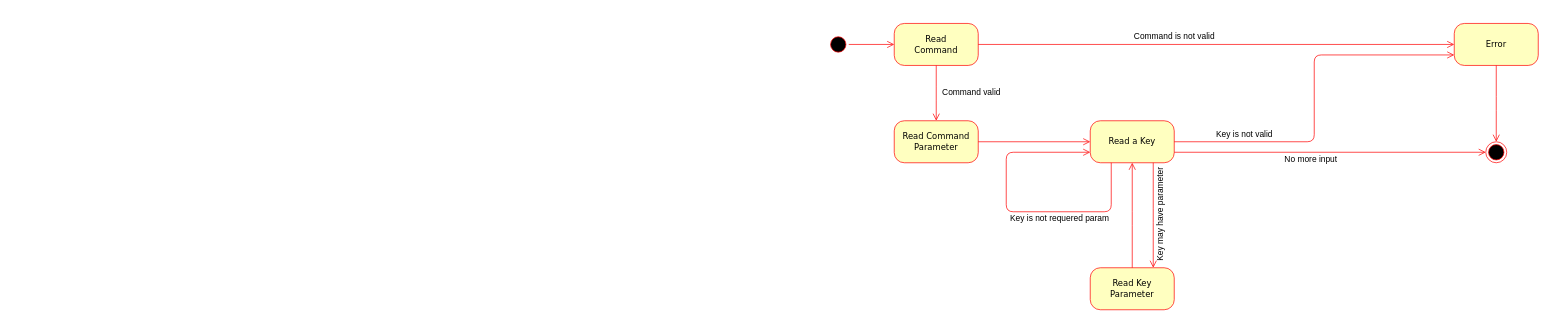
Earlier version of the draw.io diagram l19/States.drawio (gavrenkov/otusarchitect). Source tidied: cells renumbered, new cells numbered last; positions are measured from the earlier drawing's top-left corner, leaving out a move shared by most shapes. Both pictures are drawn from the tidied source at 70%, with x=0, y=0 at pixel (827, 23).
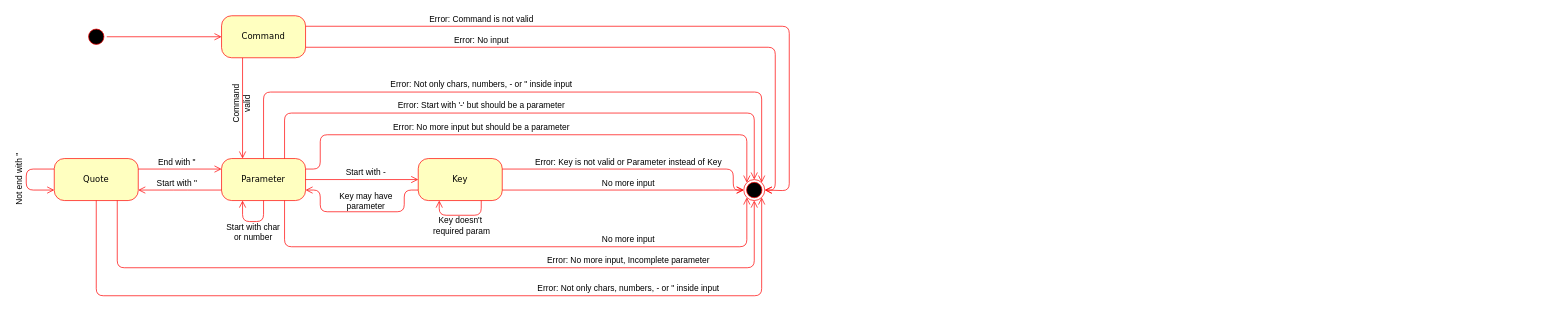
The same page after the edit.

What changed in the source:
```diff
@@
     <mxCell id="2" style="ellipse;html=1;shape=startState;fillColor=#000000;strokeColor=#ff0000;rounded=1;shadow=0;comic=0;labelBackgroundColor=none;fontFamily=Verdana;fontSize=12;fontColor=#000000;align=center;direction=south;" parent="1" vertex="1">
-      <mxGeometry y="15" width="30" height="30" as="geometry" />
+      <mxGeometry x="-1060" y="4" width="30" height="30" as="geometry" />
     </mxCell>
-    <mxCell id="3" value="Read Command Parameter" style="rounded=1;whiteSpace=wrap;html=1;arcSize=24;fillColor=#ffffc0;strokeColor=#ff0000;shadow=0;comic=0;labelBackgroundColor=none;fontFamily=Verdana;fontSize=12;fontColor=#000000;align=center;" parent="1" vertex="1">
-      <mxGeometry x="95" y="139" width="120" height="60" as="geometry" />
-    </mxCell>
-    <mxCell id="4" value="Read &lt;br&gt;Command" style="rounded=1;whiteSpace=wrap;html=1;arcSize=24;fillColor=#ffffc0;strokeColor=#ff0000;shadow=0;comic=0;labelBackgroundColor=none;fontFamily=Verdana;fontSize=12;fontColor=#000000;align=center;" parent="1" vertex="1">
-      <mxGeometry x="95" width="120" height="60" as="geometry" />
+    <mxCell id="4" value="Parameter" style="rounded=1;whiteSpace=wrap;html=1;arcSize=24;fillColor=#ffffc0;strokeColor=#ff0000;shadow=0;comic=0;labelBackgroundColor=none;fontFamily=Verdana;fontSize=12;fontColor=#000000;align=center;" parent="1" vertex="1">
+      <mxGeometry x="-866" y="193" width="120" height="60" as="geometry" />
     </mxCell>
-    <mxCell id="5" value="Read Key Parameter" style="rounded=1;whiteSpace=wrap;html=1;arcSize=24;fillColor=#ffffc0;strokeColor=#ff0000;shadow=0;comic=0;labelBackgroundColor=none;fontFamily=Verdana;fontSize=12;fontColor=#000000;align=center;" parent="1" vertex="1">
-      <mxGeometry x="375" y="349" width="120" height="60" as="geometry" />
-    </mxCell>
-    <mxCell id="6" style="edgeStyle=elbowEdgeStyle;html=1;labelBackgroundColor=none;endArrow=open;endSize=8;strokeColor=#ff0000;fontFamily=Verdana;fontSize=12;align=left;entryX=0.5;entryY=1;entryDx=0;entryDy=0;exitX=0.5;exitY=0;exitDx=0;exitDy=0;" parent="1" edge="1" source="5" target="15">
-      <mxGeometry relative="1" as="geometry">
-        <Array as="points">
-          <mxPoint x="435" y="279" />
-          <mxPoint x="825" y="439" />
-        </Array>
-      </mxGeometry>
-    </mxCell>
-    <mxCell id="7" style="edgeStyle=elbowEdgeStyle;html=1;labelBackgroundColor=none;endArrow=open;endSize=8;strokeColor=#ff0000;fontFamily=Verdana;fontSize=12;align=left;exitX=0.5;exitY=1;exitDx=0;exitDy=0;" parent="1" edge="1" source="4" target="3">
-      <mxGeometry relative="1" as="geometry" />
-    </mxCell>
     <mxCell id="8" style="ellipse;html=1;shape=endState;fillColor=#000000;strokeColor=#ff0000;rounded=1;shadow=0;comic=0;labelBackgroundColor=none;fontFamily=Verdana;fontSize=12;fontColor=#000000;align=center;" parent="1" vertex="1">
-      <mxGeometry x="940" y="169" width="30" height="30" as="geometry" />
+      <mxGeometry x="-120" y="223" width="30" height="30" as="geometry" />
     </mxCell>
-    <mxCell id="9" value="Error" style="rounded=1;whiteSpace=wrap;html=1;arcSize=24;fillColor=#ffffc0;strokeColor=#ff0000;shadow=0;comic=0;labelBackgroundColor=none;fontFamily=Verdana;fontSize=12;fontColor=#000000;align=center;" parent="1" vertex="1">
-      <mxGeometry x="895" width="120" height="60" as="geometry" />
-    </mxCell>
-    <mxCell id="10" style="edgeStyle=orthogonalEdgeStyle;html=1;entryX=0;entryY=0.5;labelBackgroundColor=none;endArrow=open;endSize=8;strokeColor=#ff0000;fontFamily=Verdana;fontSize=12;align=left;entryDx=0;entryDy=0;exitX=0.5;exitY=0;exitDx=0;exitDy=0;" parent="1" edge="1" source="2" target="4">
+    <mxCell id="10" style="edgeStyle=orthogonalEdgeStyle;html=1;entryX=0.25;entryY=0;labelBackgroundColor=none;endArrow=open;endSize=8;strokeColor=#ff0000;fontFamily=Verdana;fontSize=12;align=left;entryDx=0;entryDy=0;exitX=0.25;exitY=1;exitDx=0;exitDy=0;" parent="1" edge="1" source="25" target="4">
       <mxGeometry relative="1" as="geometry" />
     </mxCell>
-    <mxCell id="11" style="edgeStyle=orthogonalEdgeStyle;html=1;exitX=1;exitY=0.5;entryX=0;entryY=0.5;labelBackgroundColor=none;endArrow=open;endSize=8;strokeColor=#ff0000;fontFamily=Verdana;fontSize=12;align=left;entryDx=0;entryDy=0;exitDx=0;exitDy=0;" parent="1" edge="1" source="4" target="9">
-      <mxGeometry relative="1" as="geometry" />
+    <mxCell id="11" style="edgeStyle=orthogonalEdgeStyle;html=1;labelBackgroundColor=none;endArrow=open;endSize=8;strokeColor=#ff0000;fontFamily=Verdana;fontSize=12;align=left;exitX=1;exitY=0.25;exitDx=0;exitDy=0;entryX=1;entryY=0.5;entryDx=0;entryDy=0;" parent="1" edge="1" source="25" target="8">
+      <mxGeometry relative="1" as="geometry">
+        <Array as="points">
+          <mxPoint x="-55" y="4" />
+          <mxPoint x="-55" y="239" />
+        </Array>
+      </mxGeometry>
     </mxCell>
-    <mxCell id="12" style="edgeStyle=elbowEdgeStyle;html=1;labelBackgroundColor=none;endArrow=open;endSize=8;strokeColor=#ff0000;fontFamily=Verdana;fontSize=12;align=left;exitX=0.5;exitY=1;exitDx=0;exitDy=0;entryX=0.5;entryY=0;entryDx=0;entryDy=0;" parent="1" edge="1" source="9" target="8">
-      <mxGeometry relative="1" as="geometry" />
-    </mxCell>
-    <mxCell id="13" value="Command is not valid" style="text;html=1;align=center;verticalAlign=middle;fillColor=none;strokeColor=none;rounded=0;" parent="1" vertex="1">
-      <mxGeometry x="430" y="9" width="130" height="20" as="geometry" />
+    <mxCell id="13" value="Error: No input" style="text;html=1;align=center;verticalAlign=middle;fillColor=none;strokeColor=none;rounded=0;" parent="1" vertex="1">
+      <mxGeometry x="-540" y="14" width="90" height="20" as="geometry" />
     </mxCell>
-    <mxCell id="14" value="Command valid" style="text;html=1;align=center;verticalAlign=middle;fillColor=none;strokeColor=none;rounded=0;" parent="1" vertex="1">
-      <mxGeometry x="155" y="89" width="100" height="20" as="geometry" />
+    <mxCell id="14" value="Command&lt;br&gt;valid" style="text;html=1;align=center;verticalAlign=middle;fillColor=none;strokeColor=none;rounded=0;rotation=270;" parent="1" vertex="1">
+      <mxGeometry x="-872" y="100" width="70" height="30" as="geometry" />
     </mxCell>
-    <mxCell id="15" value="Read a Key" style="rounded=1;whiteSpace=wrap;html=1;arcSize=24;fillColor=#ffffc0;strokeColor=#ff0000;shadow=0;comic=0;labelBackgroundColor=none;fontFamily=Verdana;fontSize=12;fontColor=#000000;align=center;" parent="1" vertex="1">
-      <mxGeometry x="375" y="139" width="120" height="60" as="geometry" />
+    <mxCell id="15" value="Key" style="rounded=1;whiteSpace=wrap;html=1;arcSize=24;fillColor=#ffffc0;strokeColor=#ff0000;shadow=0;comic=0;labelBackgroundColor=none;fontFamily=Verdana;fontSize=12;fontColor=#000000;align=center;" parent="1" vertex="1">
+      <mxGeometry x="-585" y="193" width="120" height="60" as="geometry" />
     </mxCell>
-    <mxCell id="16" style="edgeStyle=orthogonalEdgeStyle;html=1;exitX=1;exitY=0.5;entryX=0;entryY=0.75;labelBackgroundColor=none;endArrow=open;endSize=8;strokeColor=#ff0000;fontFamily=Verdana;fontSize=12;align=left;exitDx=0;exitDy=0;entryDx=0;entryDy=0;" parent="1" edge="1" source="15" target="9">
-      <mxGeometry relative="1" as="geometry" />
-    </mxCell>
-    <mxCell id="17" value="Key&amp;nbsp;is not valid" style="text;html=1;align=center;verticalAlign=middle;fillColor=none;strokeColor=none;rounded=0;" parent="1" vertex="1">
-      <mxGeometry x="545" y="149" width="100" height="20" as="geometry" />
+    <mxCell id="17" value="Error: Key&amp;nbsp;is not valid or Parameter instead of Key" style="text;html=1;align=center;verticalAlign=middle;fillColor=none;strokeColor=none;rounded=0;rotation=0;" parent="1" vertex="1">
+      <mxGeometry x="-425" y="188" width="280" height="20" as="geometry" />
     </mxCell>
-    <mxCell id="18" style="edgeStyle=orthogonalEdgeStyle;html=1;entryX=0;entryY=0.5;labelBackgroundColor=none;endArrow=open;endSize=8;strokeColor=#ff0000;fontFamily=Verdana;fontSize=12;align=left;entryDx=0;entryDy=0;exitX=1;exitY=0.5;exitDx=0;exitDy=0;" parent="1" edge="1" source="3" target="15">
-      <mxGeometry relative="1" as="geometry" />
-    </mxCell>
-    <mxCell id="19" style="edgeStyle=orthogonalEdgeStyle;html=1;entryX=0;entryY=0.75;labelBackgroundColor=none;endArrow=open;endSize=8;strokeColor=#ff0000;fontFamily=Verdana;fontSize=12;align=left;entryDx=0;entryDy=0;exitX=0.25;exitY=1;exitDx=0;exitDy=0;" parent="1" edge="1" source="15" target="15">
+    <mxCell id="19" style="edgeStyle=orthogonalEdgeStyle;html=1;labelBackgroundColor=none;endArrow=open;endSize=8;strokeColor=#ff0000;fontFamily=Verdana;fontSize=12;align=left;entryX=0;entryY=0.75;entryDx=0;entryDy=0;exitX=0;exitY=0.25;exitDx=0;exitDy=0;" parent="1" edge="1" source="29" target="29">
       <mxGeometry relative="1" as="geometry">
         <Array as="points">
-          <mxPoint x="405" y="269" />
-          <mxPoint x="255" y="269" />
-          <mxPoint x="255" y="184" />
+          <mxPoint x="-1145" y="208" />
+          <mxPoint x="-1145" y="238" />
         </Array>
       </mxGeometry>
     </mxCell>
-    <mxCell id="20" value="Key&amp;nbsp;is not requered param" style="text;html=1;align=center;verticalAlign=middle;fillColor=none;strokeColor=none;rounded=0;" parent="1" vertex="1">
-      <mxGeometry x="251" y="269" width="160" height="20" as="geometry" />
+    <mxCell id="20" value="Key doesn't&lt;br&gt;&amp;nbsp;required param" style="text;html=1;align=center;verticalAlign=middle;fillColor=none;strokeColor=none;rounded=0;" parent="1" vertex="1">
+      <mxGeometry x="-575" y="274" width="100" height="30" as="geometry" />
     </mxCell>
-    <mxCell id="21" style="edgeStyle=elbowEdgeStyle;html=1;labelBackgroundColor=none;endArrow=open;endSize=8;strokeColor=#ff0000;fontFamily=Verdana;fontSize=12;align=left;exitX=0.75;exitY=1;exitDx=0;exitDy=0;" parent="1" edge="1" source="15" target="5">
-      <mxGeometry relative="1" as="geometry" />
-    </mxCell>
-    <mxCell id="22" style="edgeStyle=orthogonalEdgeStyle;html=1;exitX=1;exitY=0.75;labelBackgroundColor=none;endArrow=open;endSize=8;strokeColor=#ff0000;fontFamily=Verdana;fontSize=12;align=left;exitDx=0;exitDy=0;entryX=0;entryY=0.5;entryDx=0;entryDy=0;" parent="1" edge="1" source="15" target="8">
-      <mxGeometry relative="1" as="geometry" />
-    </mxCell>
     <mxCell id="23" value="No more input" style="text;html=1;align=center;verticalAlign=middle;fillColor=none;strokeColor=none;rounded=0;" parent="1" vertex="1">
-      <mxGeometry x="645" y="184" width="90" height="20" as="geometry" />
+      <mxGeometry x="-330" y="218" width="90" height="20" as="geometry" />
     </mxCell>
-    <mxCell id="24" value="Key may have parameter" style="text;html=1;align=center;verticalAlign=middle;fillColor=none;strokeColor=none;rounded=0;rotation=270;" parent="1" vertex="1">
-      <mxGeometry x="401" y="263" width="150" height="20" as="geometry" />
+    <mxCell id="24" value="Key may have&lt;br&gt;parameter" style="text;html=1;align=center;verticalAlign=middle;fillColor=none;strokeColor=none;rounded=0;rotation=0;" parent="1" vertex="1">
+      <mxGeometry x="-705" y="239" width="90" height="30" as="geometry" />
     </mxCell>
+    <mxCell id="25" value="Command" style="rounded=1;whiteSpace=wrap;html=1;arcSize=24;fillColor=#ffffc0;strokeColor=#ff0000;shadow=0;comic=0;labelBackgroundColor=none;fontFamily=Verdana;fontSize=12;fontColor=#000000;align=center;" parent="1" vertex="1">
+      <mxGeometry x="-866" y="-11" width="120" height="60" as="geometry" />
+    </mxCell>
+    <mxCell id="26" style="edgeStyle=orthogonalEdgeStyle;html=1;labelBackgroundColor=none;endArrow=open;endSize=8;strokeColor=#ff0000;fontFamily=Verdana;fontSize=12;align=left;entryX=0;entryY=0.5;entryDx=0;entryDy=0;" parent="1" edge="1" source="2" target="25">
+      <mxGeometry relative="1" as="geometry" />
+    </mxCell>
+    <mxCell id="27" style="edgeStyle=orthogonalEdgeStyle;html=1;labelBackgroundColor=none;endArrow=open;endSize=8;strokeColor=#ff0000;fontFamily=Verdana;fontSize=12;align=left;entryX=0;entryY=0.5;entryDx=0;entryDy=0;exitX=1;exitY=0.5;exitDx=0;exitDy=0;" parent="1" edge="1" source="4" target="15">
+      <mxGeometry relative="1" as="geometry">
+        <Array as="points">
+          <mxPoint x="-665" y="223" />
+          <mxPoint x="-665" y="223" />
+        </Array>
+      </mxGeometry>
+    </mxCell>
+    <mxCell id="28" value="Start with -" style="text;html=1;align=center;verticalAlign=middle;fillColor=none;strokeColor=none;rounded=0;rotation=0;" parent="1" vertex="1">
+      <mxGeometry x="-695" y="203" width="70" height="20" as="geometry" />
+    </mxCell>
+    <mxCell id="29" value="Quote" style="rounded=1;whiteSpace=wrap;html=1;arcSize=24;fillColor=#ffffc0;strokeColor=#ff0000;shadow=0;comic=0;labelBackgroundColor=none;fontFamily=Verdana;fontSize=12;fontColor=#000000;align=center;" parent="1" vertex="1">
+      <mxGeometry x="-1105" y="193" width="120" height="60" as="geometry" />
+    </mxCell>
+    <mxCell id="30" style="edgeStyle=elbowEdgeStyle;html=1;labelBackgroundColor=none;endArrow=open;endSize=8;strokeColor=#ff0000;fontFamily=Verdana;fontSize=12;align=left;entryX=1;entryY=0.75;entryDx=0;entryDy=0;exitX=0;exitY=0.75;exitDx=0;exitDy=0;" parent="1" edge="1" source="4" target="29">
+      <mxGeometry relative="1" as="geometry">
+        <Array as="points">
+          <mxPoint x="-925" y="244" />
+        </Array>
+      </mxGeometry>
+    </mxCell>
+    <mxCell id="31" value="Start with &quot;" style="text;html=1;align=center;verticalAlign=middle;fillColor=none;strokeColor=none;rounded=0;rotation=0;" parent="1" vertex="1">
+      <mxGeometry x="-965" y="218" width="70" height="20" as="geometry" />
+    </mxCell>
+    <mxCell id="32" style="edgeStyle=elbowEdgeStyle;html=1;labelBackgroundColor=none;endArrow=open;endSize=8;strokeColor=#ff0000;fontFamily=Verdana;fontSize=12;align=left;exitX=1;exitY=0.25;exitDx=0;exitDy=0;entryX=0;entryY=0.25;entryDx=0;entryDy=0;" parent="1" edge="1" source="29" target="4">
+      <mxGeometry relative="1" as="geometry">
+        <Array as="points">
+          <mxPoint x="-935" y="204" />
+          <mxPoint x="-895" y="423" />
+          <mxPoint x="-965" y="643" />
+          <mxPoint x="-685" y="853" />
+        </Array>
+      </mxGeometry>
+    </mxCell>
+    <mxCell id="33" value="End&amp;nbsp;with &quot;" style="text;html=1;align=center;verticalAlign=middle;fillColor=none;strokeColor=none;rounded=0;rotation=0;" parent="1" vertex="1">
+      <mxGeometry x="-965" y="188" width="70" height="20" as="geometry" />
+    </mxCell>
+    <mxCell id="34" value="Not end with &quot;&lt;br&gt;" style="text;html=1;align=center;verticalAlign=middle;fillColor=none;strokeColor=none;rounded=0;rotation=270;" parent="1" vertex="1">
+      <mxGeometry x="-1200" y="213" width="90" height="20" as="geometry" />
+    </mxCell>
+    <mxCell id="35" style="edgeStyle=orthogonalEdgeStyle;html=1;labelBackgroundColor=none;endArrow=open;endSize=8;strokeColor=#ff0000;fontFamily=Verdana;fontSize=12;align=left;entryX=0.25;entryY=1;entryDx=0;entryDy=0;" parent="1" edge="1" target="4">
+      <mxGeometry relative="1" as="geometry">
+        <mxPoint x="-806" y="253" as="sourcePoint" />
+        <Array as="points">
+          <mxPoint x="-806" y="283" />
+          <mxPoint x="-836" y="283" />
+        </Array>
+      </mxGeometry>
+    </mxCell>
+    <mxCell id="36" value="Start with char&lt;br&gt;or number&lt;br&gt;" style="text;html=1;align=center;verticalAlign=middle;fillColor=none;strokeColor=none;rounded=0;rotation=0;" parent="1" vertex="1">
+      <mxGeometry x="-866" y="283" width="90" height="30" as="geometry" />
+    </mxCell>
+    <mxCell id="37" style="edgeStyle=orthogonalEdgeStyle;html=1;labelBackgroundColor=none;endArrow=open;endSize=8;strokeColor=#ff0000;fontFamily=Verdana;fontSize=12;align=left;exitX=0.75;exitY=0;exitDx=0;exitDy=0;entryX=0.5;entryY=0;entryDx=0;entryDy=0;" parent="1" edge="1" source="4" target="8">
+      <mxGeometry relative="1" as="geometry">
+        <Array as="points">
+          <mxPoint x="-776" y="128" />
+          <mxPoint x="-105" y="128" />
+        </Array>
+      </mxGeometry>
+    </mxCell>
+    <mxCell id="38" value="Error: Start with '-' but should be a&amp;nbsp;parameter" style="text;html=1;align=center;verticalAlign=middle;fillColor=none;strokeColor=none;rounded=0;rotation=0;" parent="1" vertex="1">
+      <mxGeometry x="-620" y="108" width="250" height="20" as="geometry" />
+    </mxCell>
+    <mxCell id="39" style="edgeStyle=orthogonalEdgeStyle;html=1;labelBackgroundColor=none;endArrow=open;endSize=8;strokeColor=#ff0000;fontFamily=Verdana;fontSize=12;align=left;exitX=0.75;exitY=1;exitDx=0;exitDy=0;entryX=0.25;entryY=1;entryDx=0;entryDy=0;" parent="1" edge="1" source="15" target="15">
+      <mxGeometry relative="1" as="geometry">
+        <Array as="points">
+          <mxPoint x="-495" y="274" />
+          <mxPoint x="-555" y="274" />
+        </Array>
+      </mxGeometry>
+    </mxCell>
+    <mxCell id="40" style="edgeStyle=orthogonalEdgeStyle;html=1;labelBackgroundColor=none;endArrow=open;endSize=8;strokeColor=#ff0000;fontFamily=Verdana;fontSize=12;align=left;entryX=1;entryY=0.75;entryDx=0;entryDy=0;exitX=0;exitY=0.75;exitDx=0;exitDy=0;" parent="1" edge="1" source="15" target="4">
+      <mxGeometry relative="1" as="geometry">
+        <Array as="points">
+          <mxPoint x="-605" y="238" />
+          <mxPoint x="-605" y="269" />
+          <mxPoint x="-725" y="269" />
+          <mxPoint x="-725" y="238" />
+        </Array>
+      </mxGeometry>
+    </mxCell>
+    <mxCell id="41" style="edgeStyle=orthogonalEdgeStyle;html=1;labelBackgroundColor=none;endArrow=open;endSize=8;strokeColor=#ff0000;fontFamily=Verdana;fontSize=12;align=left;exitX=0.5;exitY=1;exitDx=0;exitDy=0;entryX=1;entryY=1;entryDx=0;entryDy=0;" parent="1" edge="1" source="29" target="8">
+      <mxGeometry relative="1" as="geometry">
+        <Array as="points">
+          <mxPoint x="-1045" y="389" />
+          <mxPoint x="-94" y="389" />
+        </Array>
+      </mxGeometry>
+    </mxCell>
+    <mxCell id="42" style="edgeStyle=orthogonalEdgeStyle;html=1;labelBackgroundColor=none;endArrow=open;endSize=8;strokeColor=#ff0000;fontFamily=Verdana;fontSize=12;align=left;exitX=1;exitY=0.75;exitDx=0;exitDy=0;entryX=0;entryY=0.5;entryDx=0;entryDy=0;" parent="1" edge="1" source="15" target="8">
+      <mxGeometry relative="1" as="geometry">
+        <Array as="points">
+          <mxPoint x="-145" y="238" />
+          <mxPoint x="-145" y="238" />
+        </Array>
+      </mxGeometry>
+    </mxCell>
+    <mxCell id="43" style="edgeStyle=orthogonalEdgeStyle;html=1;labelBackgroundColor=none;endArrow=open;endSize=8;strokeColor=#ff0000;fontFamily=Verdana;fontSize=12;align=left;exitX=1;exitY=0.25;exitDx=0;exitDy=0;entryX=0;entryY=0.5;entryDx=0;entryDy=0;" parent="1" edge="1" source="15" target="8">
+      <mxGeometry relative="1" as="geometry">
+        <Array as="points">
+          <mxPoint x="-135" y="208" />
+          <mxPoint x="-135" y="238" />
+        </Array>
+      </mxGeometry>
+    </mxCell>
+    <mxCell id="44" value="Error: Not&amp;nbsp;only chars, numbers, - or &quot; inside input" style="text;html=1;align=center;verticalAlign=middle;fillColor=none;strokeColor=none;rounded=0;" parent="1" vertex="1">
+      <mxGeometry x="-425" y="369" width="280" height="20" as="geometry" />
+    </mxCell>
+    <mxCell id="45" style="edgeStyle=orthogonalEdgeStyle;html=1;labelBackgroundColor=none;endArrow=open;endSize=8;strokeColor=#ff0000;fontFamily=Verdana;fontSize=12;align=left;exitX=1;exitY=0.75;exitDx=0;exitDy=0;entryX=1;entryY=0.5;entryDx=0;entryDy=0;" parent="1" edge="1" source="25" target="8">
+      <mxGeometry relative="1" as="geometry">
+        <Array as="points">
+          <mxPoint x="-75" y="34" />
+          <mxPoint x="-75" y="238" />
+        </Array>
+      </mxGeometry>
+    </mxCell>
+    <mxCell id="46" value="Error: Command is not valid" style="text;html=1;align=center;verticalAlign=middle;fillColor=none;strokeColor=none;rounded=0;" parent="1" vertex="1">
+      <mxGeometry x="-575" y="-16" width="160" height="20" as="geometry" />
+    </mxCell>
+    <mxCell id="47" style="edgeStyle=orthogonalEdgeStyle;html=1;exitX=0.75;exitY=1;labelBackgroundColor=none;endArrow=open;endSize=8;strokeColor=#ff0000;fontFamily=Verdana;fontSize=12;align=left;exitDx=0;exitDy=0;entryX=0;entryY=1;entryDx=0;entryDy=0;" parent="1" edge="1" source="4" target="8">
+      <mxGeometry relative="1" as="geometry">
+        <Array as="points">
+          <mxPoint x="-776" y="319" />
+          <mxPoint x="-116" y="319" />
+        </Array>
+      </mxGeometry>
+    </mxCell>
+    <mxCell id="48" value="No more input" style="text;html=1;align=center;verticalAlign=middle;fillColor=none;strokeColor=none;rounded=0;" parent="1" vertex="1">
+      <mxGeometry x="-330" y="299" width="90" height="20" as="geometry" />
+    </mxCell>
+    <mxCell id="49" style="edgeStyle=orthogonalEdgeStyle;html=1;exitX=0.5;exitY=0;labelBackgroundColor=none;endArrow=open;endSize=8;strokeColor=#ff0000;fontFamily=Verdana;fontSize=12;align=left;exitDx=0;exitDy=0;entryX=1;entryY=0;entryDx=0;entryDy=0;" parent="1" edge="1" source="4" target="8">
+      <mxGeometry relative="1" as="geometry">
+        <Array as="points">
+          <mxPoint x="-806" y="98" />
+          <mxPoint x="-94" y="98" />
+        </Array>
+      </mxGeometry>
+    </mxCell>
+    <mxCell id="50" value="Error: Not&amp;nbsp;only chars, numbers, - or &quot; inside input" style="text;html=1;align=center;verticalAlign=middle;fillColor=none;strokeColor=none;rounded=0;" parent="1" vertex="1">
+      <mxGeometry x="-635" y="78" width="280" height="20" as="geometry" />
+    </mxCell>
+    <mxCell id="51" style="edgeStyle=orthogonalEdgeStyle;html=1;labelBackgroundColor=none;endArrow=open;endSize=8;strokeColor=#ff0000;fontFamily=Verdana;fontSize=12;align=left;exitX=0.75;exitY=1;exitDx=0;exitDy=0;entryX=0.5;entryY=1;entryDx=0;entryDy=0;" parent="1" edge="1" source="29" target="8">
+      <mxGeometry relative="1" as="geometry">
+        <Array as="points">
+          <mxPoint x="-1015" y="349" />
+          <mxPoint x="-105" y="349" />
+        </Array>
+      </mxGeometry>
+    </mxCell>
+    <mxCell id="52" value="Error: No more input,&amp;nbsp;Incomplete parameter" style="text;html=1;align=center;verticalAlign=middle;fillColor=none;strokeColor=none;rounded=0;" parent="1" vertex="1">
+      <mxGeometry x="-410" y="329" width="250" height="20" as="geometry" />
+    </mxCell>
+    <mxCell id="53" style="edgeStyle=orthogonalEdgeStyle;html=1;labelBackgroundColor=none;endArrow=open;endSize=8;strokeColor=#ff0000;fontFamily=Verdana;fontSize=12;align=left;exitX=1;exitY=0.25;exitDx=0;exitDy=0;entryX=0;entryY=0;entryDx=0;entryDy=0;" parent="1" edge="1" source="4" target="8">
+      <mxGeometry relative="1" as="geometry">
+        <Array as="points">
+          <mxPoint x="-725" y="208" />
+          <mxPoint x="-725" y="159" />
+          <mxPoint x="-116" y="159" />
+        </Array>
+      </mxGeometry>
+    </mxCell>
+    <mxCell id="54" value="Error: No more input but should be a parameter" style="text;html=1;align=center;verticalAlign=middle;fillColor=none;strokeColor=none;rounded=0;" parent="1" vertex="1">
+      <mxGeometry x="-630" y="139" width="270" height="20" as="geometry" />
+    </mxCell>
```
